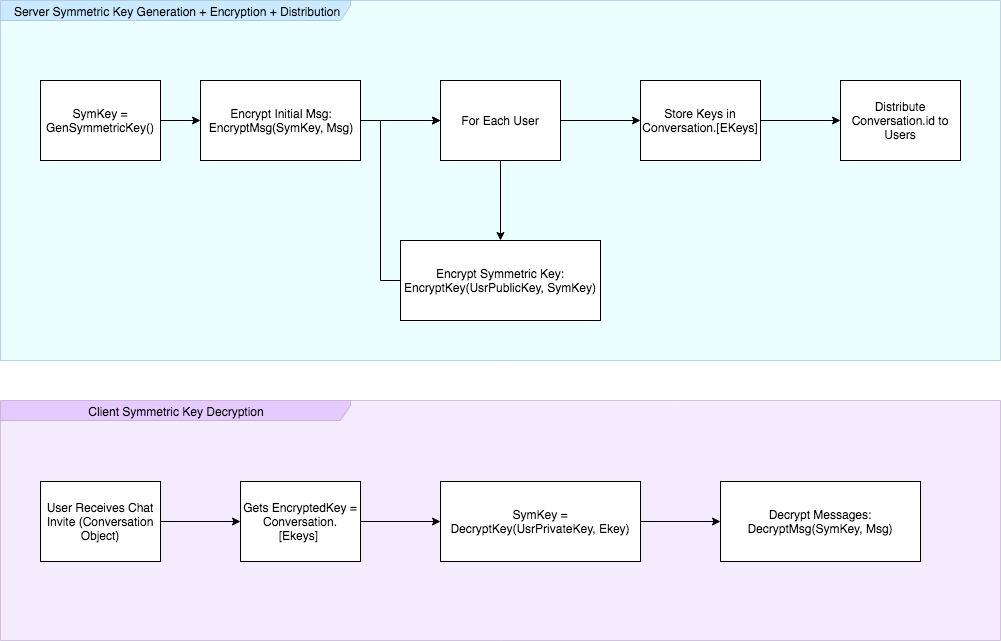
Before: Design-Documents/idf-chat-encrypt-decrypt-flow.png, a diagram exported from draw.io (JeffyLo94/ideal-fiesta). Source tidied: cells renumbered, new cells last; positions are measured from the earlier drawing's top-left corner, leaving out a move shared by most shapes. Source of this version:
```xml
<mxGraphModel>
  <root>
    <mxCell id="0" />
    <mxCell id="1" parent="0" />
    <mxCell id="2" value="Server Symmetric Key Generation + Encryption + Distribution" style="shape=umlFrame;whiteSpace=wrap;html=1;fillColor=#99CCFF;strokeColor=#6c8ebf;swimlaneFillColor=#CCFFFF;gradientColor=none;opacity=40;width=350;height=20;" parent="1" vertex="1">
      <mxGeometry width="1000" height="360" as="geometry" />
    </mxCell>
    <mxCell id="3" style="edgeStyle=orthogonalEdgeStyle;rounded=0;jettySize=auto;html=1;" parent="1" edge="1" source="4" target="6">
      <mxGeometry relative="1" as="geometry" />
    </mxCell>
    <mxCell id="4" value="SymKey = GenSymmetricKey()" style="rounded=0;whiteSpace=wrap;html=1;" parent="1" vertex="1">
      <mxGeometry x="40" y="80" width="120" height="80" as="geometry" />
    </mxCell>
    <mxCell id="5" style="edgeStyle=orthogonalEdgeStyle;rounded=0;jettySize=auto;html=1;" parent="1" edge="1" source="6" target="9">
      <mxGeometry relative="1" as="geometry" />
    </mxCell>
    <mxCell id="6" value="Encrypt Initial Msg:&lt;br&gt;EncryptMsg(SymKey, Msg)&lt;br&gt;" style="rounded=0;whiteSpace=wrap;html=1;" parent="1" vertex="1">
      <mxGeometry x="200" y="80" width="160" height="80" as="geometry" />
    </mxCell>
    <mxCell id="7" style="edgeStyle=orthogonalEdgeStyle;rounded=0;jettySize=auto;html=1;" parent="1" edge="1" source="9" target="11">
      <mxGeometry relative="1" as="geometry" />
    </mxCell>
    <mxCell id="8" style="edgeStyle=orthogonalEdgeStyle;rounded=0;jettySize=auto;html=1;entryX=0;entryY=0.5;entryDx=0;entryDy=0;" parent="1" edge="1" source="9" target="13">
      <mxGeometry relative="1" as="geometry" />
    </mxCell>
    <mxCell id="9" value="For Each User" style="rounded=0;whiteSpace=wrap;html=1;" parent="1" vertex="1">
      <mxGeometry x="440" y="80" width="120" height="80" as="geometry" />
    </mxCell>
    <mxCell id="10" style="edgeStyle=orthogonalEdgeStyle;rounded=0;jettySize=auto;html=1;entryX=0;entryY=0.5;entryDx=0;entryDy=0;exitX=0;exitY=0.5;exitDx=0;exitDy=0;" parent="1" edge="1" source="11" target="9">
      <mxGeometry relative="1" as="geometry">
        <Array as="points">
          <mxPoint x="380" y="280" />
          <mxPoint x="380" y="120" />
        </Array>
      </mxGeometry>
    </mxCell>
    <mxCell id="11" value="Encrypt Symmetric Key:&lt;br&gt;EncryptKey(UsrPublicKey, SymKey)" style="rounded=0;whiteSpace=wrap;html=1;" parent="1" vertex="1">
      <mxGeometry x="400" y="240" width="200" height="80" as="geometry" />
    </mxCell>
    <mxCell id="12" style="edgeStyle=orthogonalEdgeStyle;rounded=0;jettySize=auto;html=1;" parent="1" edge="1" source="13" target="14">
      <mxGeometry relative="1" as="geometry" />
    </mxCell>
    <mxCell id="13" value="Store Keys in Conversation.[EKeys]" style="rounded=0;whiteSpace=wrap;html=1;" parent="1" vertex="1">
      <mxGeometry x="640" y="80" width="120" height="80" as="geometry" />
    </mxCell>
    <mxCell id="14" value="Distribute Conversation.id to Users" style="rounded=0;whiteSpace=wrap;html=1;" parent="1" vertex="1">
      <mxGeometry x="840" y="80" width="120" height="80" as="geometry" />
    </mxCell>
    <mxCell id="15" value="Client Symmetric Key Decryption" style="shape=umlFrame;whiteSpace=wrap;html=1;fillColor=#CC99FF;strokeColor=#9673a6;swimlaneFillColor=#E5CCFF;opacity=40;width=350;height=20;" parent="1" vertex="1">
      <mxGeometry y="400" width="1000" height="240" as="geometry" />
    </mxCell>
    <mxCell id="16" style="edgeStyle=orthogonalEdgeStyle;rounded=0;jettySize=auto;html=1;" parent="1" edge="1" source="17" target="19">
      <mxGeometry relative="1" as="geometry" />
    </mxCell>
    <mxCell id="17" value="User Receives Chat Invite (Conversation Object)" style="rounded=0;whiteSpace=wrap;html=1;" parent="1" vertex="1">
      <mxGeometry x="40" y="481" width="120" height="80" as="geometry" />
    </mxCell>
    <mxCell id="18" style="edgeStyle=orthogonalEdgeStyle;rounded=0;jettySize=auto;html=1;" parent="1" edge="1" source="19" target="21">
      <mxGeometry relative="1" as="geometry" />
    </mxCell>
    <mxCell id="19" value="Gets EncryptedKey = Conversation.[Ekeys]&amp;nbsp;" style="rounded=0;whiteSpace=wrap;html=1;" parent="1" vertex="1">
      <mxGeometry x="240" y="481" width="120" height="80" as="geometry" />
    </mxCell>
    <mxCell id="20" style="edgeStyle=orthogonalEdgeStyle;rounded=0;jettySize=auto;html=1;" parent="1" edge="1" source="21" target="22">
      <mxGeometry relative="1" as="geometry" />
    </mxCell>
    <mxCell id="21" value="SymKey = DecryptKey(UsrPrivateKey, Ekey)" style="rounded=0;whiteSpace=wrap;html=1;" parent="1" vertex="1">
      <mxGeometry x="440" y="481" width="200" height="80" as="geometry" />
    </mxCell>
    <mxCell id="22" value="Decrypt Messages:&lt;br&gt;DecryptMsg(SymKey, Msg)&lt;br&gt;" style="rounded=0;whiteSpace=wrap;html=1;" parent="1" vertex="1">
      <mxGeometry x="720" y="481" width="200" height="80" as="geometry" />
    </mxCell>
  </root>
</mxGraphModel>
```
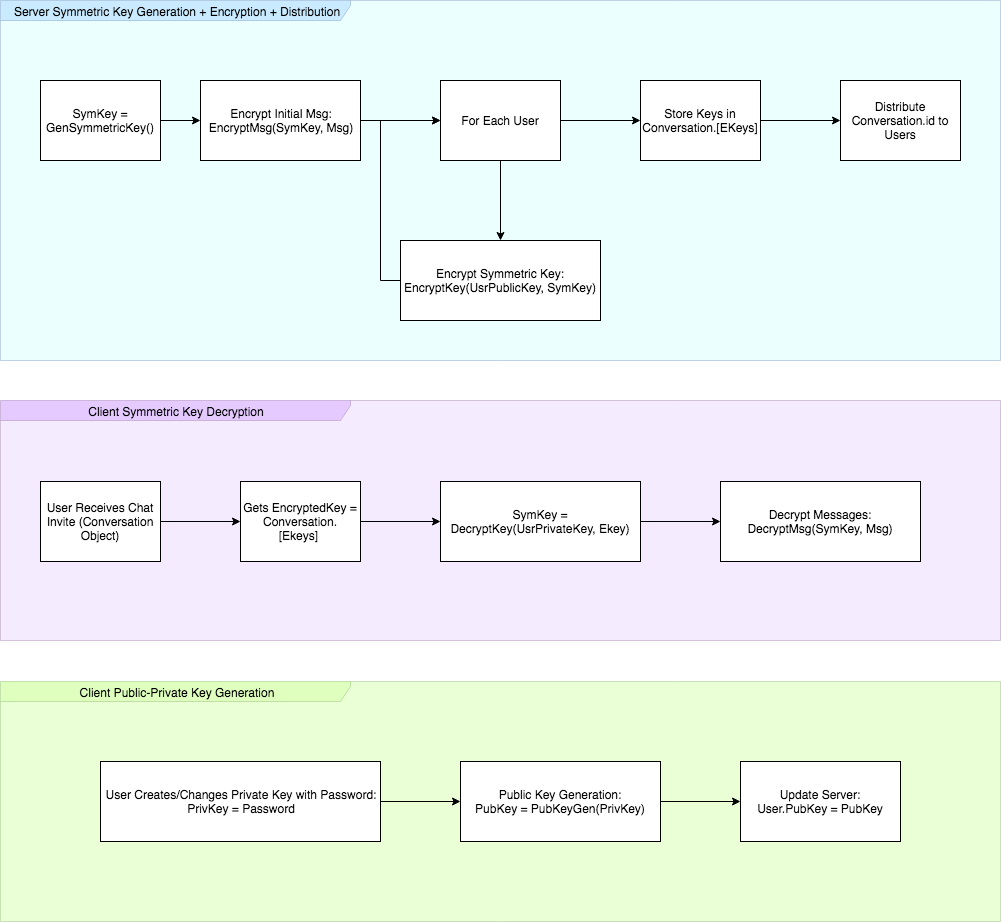
Above is the later version.

Commit message:
Chat Angular Updates

What changed in the source:
```diff
@@ -70,5 +70,23 @@
     <mxCell id="22" value="Decrypt Messages:&lt;br&gt;DecryptMsg(SymKey, Msg)&lt;br&gt;" style="rounded=0;whiteSpace=wrap;html=1;" parent="1" vertex="1">
       <mxGeometry x="720" y="481" width="200" height="80" as="geometry" />
     </mxCell>
+    <mxCell id="23" value="Client Public-Private Key Generation" style="shape=umlFrame;whiteSpace=wrap;html=1;fillColor=#CCFF99;strokeColor=#82b366;swimlaneFillColor=#CCFF99;opacity=40;width=350;height=20;" parent="1" vertex="1">
+      <mxGeometry y="681" width="1000" height="240" as="geometry" />
+    </mxCell>
+    <mxCell id="24" style="edgeStyle=orthogonalEdgeStyle;rounded=0;jettySize=auto;html=1;" parent="1" edge="1" source="25" target="27">
+      <mxGeometry relative="1" as="geometry" />
+    </mxCell>
+    <mxCell id="25" value="User Creates/Changes Private Key with Password:&lt;br&gt;PrivKey = Password&lt;br&gt;" style="rounded=0;whiteSpace=wrap;html=1;" parent="1" vertex="1">
+      <mxGeometry x="100" y="761" width="280" height="80" as="geometry" />
+    </mxCell>
+    <mxCell id="26" style="edgeStyle=orthogonalEdgeStyle;rounded=0;jettySize=auto;html=1;" parent="1" edge="1" source="27" target="28">
+      <mxGeometry relative="1" as="geometry" />
+    </mxCell>
+    <mxCell id="27" value="Public Key Generation:&lt;br&gt;PubKey = PubKeyGen(PrivKey)&lt;br&gt;" style="rounded=0;whiteSpace=wrap;html=1;" parent="1" vertex="1">
+      <mxGeometry x="460" y="761" width="200" height="80" as="geometry" />
+    </mxCell>
+    <mxCell id="28" value="Update Server:&lt;br&gt;User.PubKey = PubKey&lt;br&gt;" style="rounded=0;whiteSpace=wrap;html=1;" parent="1" vertex="1">
+      <mxGeometry x="740" y="761" width="160" height="80" as="geometry" />
+    </mxCell>
   </root>
 </mxGraphModel>
```
